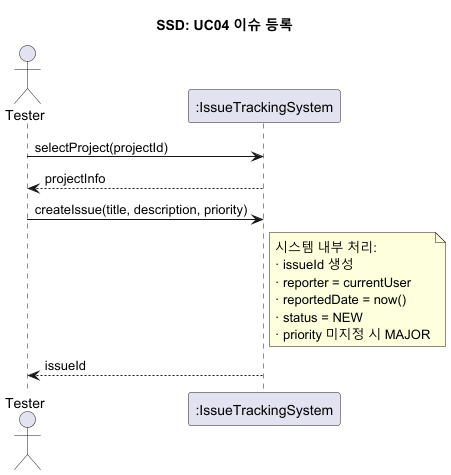
The PlantUML diagram docs/analysis/ssd/ssd_uc04_register_issue.png in SoftwareEngineeringTeam10/SE-IssueTrackingSystem, before a commit.
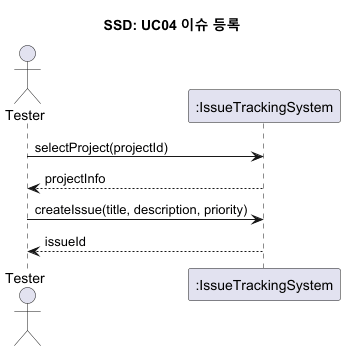
The same file after the commit.

Commit message:
fix(ssd): note 블록 제거 + PNG 재export (5/12 Larman 블랙박스 결정 반영)

What changed in the source:
```diff
@@ -8,14 +8,6 @@
 sys --> t : projectInfo
 
 t -> sys : createIssue(title, description, priority)
-note right of sys
-  시스템 내부 처리:
-  · issueId 생성
-  · reporter = currentUser
-  · reportedDate = now()
-  · status = NEW
-  · priority 미지정 시 MAJOR
-end note
 sys --> t : issueId
 
 @enduml
```
